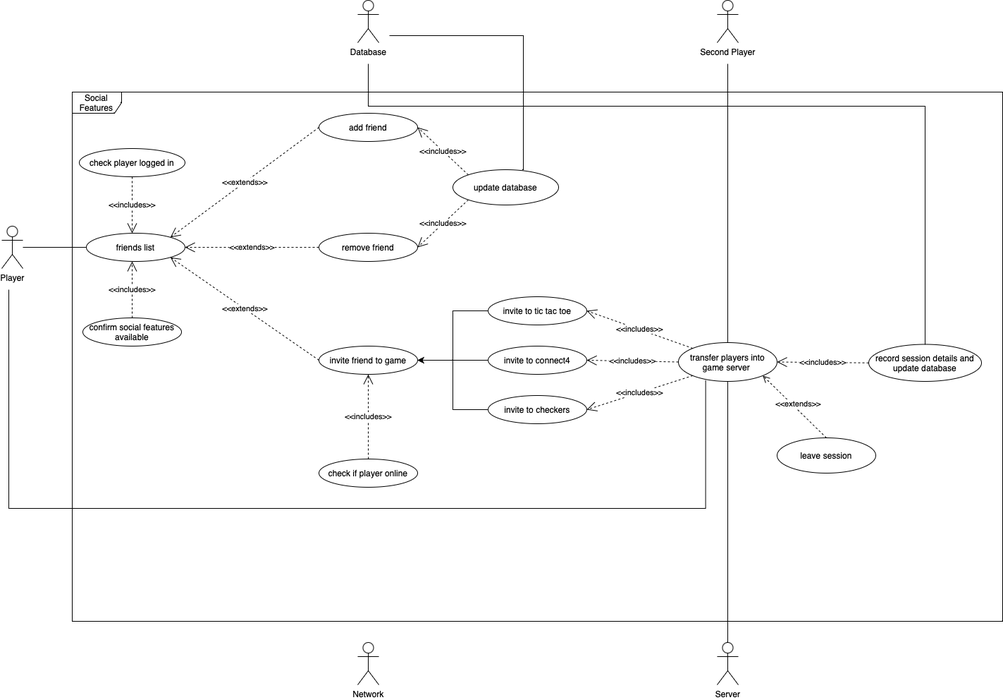
This is Integration/Social_features_use_case_diagram.drawio.png from farshadislam/Socketed-Multigame-GUI, a draw.io export, as it was before one commit. Source tidied: cells renumbered, new cells last; positions are measured from the earlier drawing's top-left corner, leaving out a move shared by most shapes.
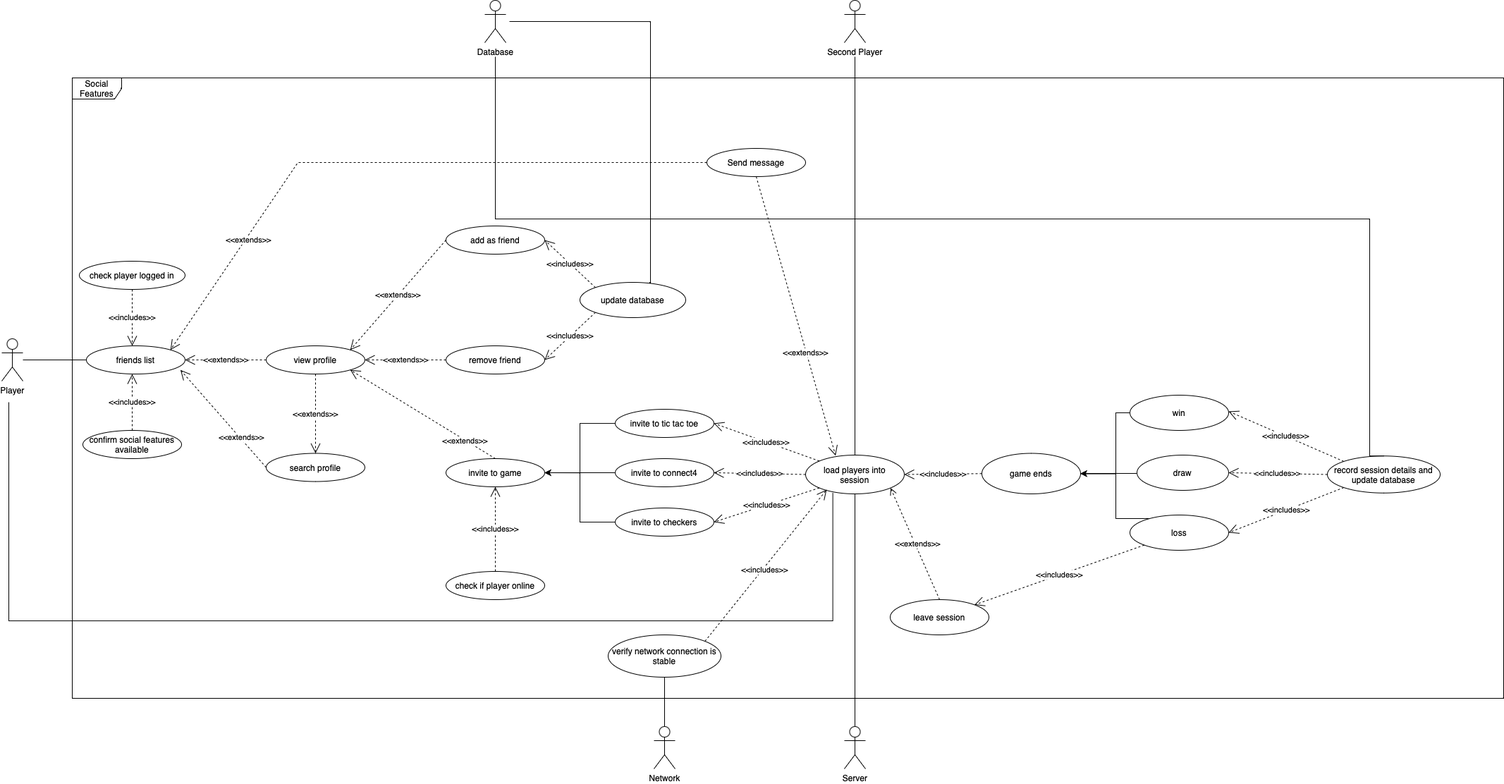
The same diagram one commit later.

Commit message:
finished diagram

What changed in the source:
```diff
@@ -3,7 +3,7 @@
     <mxCell id="0" />
     <mxCell id="1" parent="0" />
     <mxCell id="2" value="Social Features" style="shape=umlFrame;whiteSpace=wrap;html=1;width=70;height=30;" parent="1" vertex="1">
-      <mxGeometry x="100" y="220" width="1320" height="750" as="geometry" />
+      <mxGeometry x="100" y="40" width="2030" height="880" as="geometry" />
     </mxCell>
     <mxCell id="3" value="Player" style="shape=umlActor;verticalLabelPosition=bottom;verticalAlign=top;html=1;" parent="1" vertex="1">
       <mxGeometry y="410" width="30" height="60" as="geometry" />
@@ -30,66 +30,57 @@
         <mxPoint x="185" y="460" as="targetPoint" />
       </mxGeometry>
     </mxCell>
-    <mxCell id="9" value="add friend" style="ellipse;whiteSpace=wrap;html=1;" parent="1" vertex="1">
-      <mxGeometry x="450" y="250" width="140" height="40" as="geometry" />
+    <mxCell id="9" value="add as friend" style="ellipse;whiteSpace=wrap;html=1;" parent="1" vertex="1">
+      <mxGeometry x="630" y="250" width="140" height="40" as="geometry" />
     </mxCell>
     <mxCell id="10" value="friends list" style="ellipse;whiteSpace=wrap;html=1;" parent="1" vertex="1">
       <mxGeometry x="120" y="420" width="140" height="40" as="geometry" />
     </mxCell>
-    <mxCell id="11" value="invite friend to game" style="ellipse;whiteSpace=wrap;html=1;" parent="1" vertex="1">
-      <mxGeometry x="450" y="580" width="140" height="40" as="geometry" />
+    <mxCell id="11" value="invite to game" style="ellipse;whiteSpace=wrap;html=1;" parent="1" vertex="1">
+      <mxGeometry x="630" y="580" width="140" height="40" as="geometry" />
     </mxCell>
     <mxCell id="12" value="remove friend" style="ellipse;whiteSpace=wrap;html=1;" parent="1" vertex="1">
-      <mxGeometry x="450" y="420" width="140" height="40" as="geometry" />
+      <mxGeometry x="630" y="420" width="140" height="40" as="geometry" />
     </mxCell>
-    <mxCell id="13" value="&amp;lt;&amp;lt;extends&amp;gt;&amp;gt;" style="endArrow=open;endSize=12;dashed=1;html=1;rounded=0;exitX=0;exitY=0.5;exitDx=0;exitDy=0;entryX=1;entryY=1;entryDx=0;entryDy=0;" parent="1" edge="1" source="11" target="10">
-      <mxGeometry relative="1" as="geometry" />
-    </mxCell>
-    <mxCell id="14" value="&amp;lt;&amp;lt;extends&amp;gt;&amp;gt;" style="endArrow=open;endSize=12;dashed=1;html=1;rounded=0;entryX=1;entryY=0.5;entryDx=0;entryDy=0;exitX=0;exitY=0.5;exitDx=0;exitDy=0;" parent="1" edge="1" source="12" target="10">
-      <mxGeometry relative="1" as="geometry" />
-    </mxCell>
-    <mxCell id="15" value="&amp;lt;&amp;lt;extends&amp;gt;&amp;gt;" style="endArrow=open;endSize=12;dashed=1;html=1;rounded=0;entryX=1;entryY=0;entryDx=0;entryDy=0;exitX=0;exitY=0.5;exitDx=0;exitDy=0;" parent="1" edge="1" source="9" target="10">
-      <mxGeometry relative="1" as="geometry" />
-    </mxCell>
     <mxCell id="16" style="edgeStyle=orthogonalEdgeStyle;rounded=0;jettySize=auto;html=1;entryX=1;entryY=0.5;entryDx=0;entryDy=0;" parent="1" edge="1" source="17" target="11">
       <mxGeometry relative="1" as="geometry">
         <Array as="points">
-          <mxPoint x="640" y="530" />
-          <mxPoint x="640" y="600" />
+          <mxPoint x="820" y="530" />
+          <mxPoint x="820" y="600" />
         </Array>
       </mxGeometry>
     </mxCell>
     <mxCell id="17" value="invite to tic tac toe" style="ellipse;whiteSpace=wrap;html=1;" parent="1" vertex="1">
-      <mxGeometry x="690" y="510" width="140" height="40" as="geometry" />
+      <mxGeometry x="870" y="510" width="140" height="40" as="geometry" />
     </mxCell>
     <mxCell id="18" style="edgeStyle=orthogonalEdgeStyle;rounded=0;jettySize=auto;html=1;entryX=1;entryY=0.5;entryDx=0;entryDy=0;" parent="1" edge="1" source="19" target="11">
       <mxGeometry relative="1" as="geometry">
         <Array as="points">
-          <mxPoint x="640" y="670" />
-          <mxPoint x="640" y="600" />
+          <mxPoint x="820" y="670" />
+          <mxPoint x="820" y="600" />
         </Array>
       </mxGeometry>
     </mxCell>
     <mxCell id="19" value="invite to checkers" style="ellipse;whiteSpace=wrap;html=1;" parent="1" vertex="1">
-      <mxGeometry x="690" y="650" width="140" height="40" as="geometry" />
+      <mxGeometry x="870" y="650" width="140" height="40" as="geometry" />
     </mxCell>
     <mxCell id="20" style="edgeStyle=orthogonalEdgeStyle;rounded=0;jettySize=auto;html=1;" parent="1" edge="1" source="21" target="11">
       <mxGeometry relative="1" as="geometry" />
     </mxCell>
     <mxCell id="21" value="invite to connect4" style="ellipse;whiteSpace=wrap;html=1;" parent="1" vertex="1">
-      <mxGeometry x="690" y="580" width="140" height="40" as="geometry" />
+      <mxGeometry x="870" y="580" width="140" height="40" as="geometry" />
     </mxCell>
     <mxCell id="22" value="check if player online" style="ellipse;whiteSpace=wrap;html=1;" parent="1" vertex="1">
-      <mxGeometry x="450" y="740" width="140" height="40" as="geometry" />
+      <mxGeometry x="630" y="740" width="140" height="40" as="geometry" />
     </mxCell>
     <mxCell id="23" value="&amp;lt;&amp;lt;includes&amp;gt;&amp;gt;" style="endArrow=open;endSize=12;dashed=1;html=1;rounded=0;entryX=0.5;entryY=1;entryDx=0;entryDy=0;exitX=0.5;exitY=0;exitDx=0;exitDy=0;" parent="1" edge="1" source="22" target="11">
       <mxGeometry relative="1" as="geometry" />
     </mxCell>
     <mxCell id="24" value="Database" style="shape=umlActor;verticalLabelPosition=bottom;verticalAlign=top;html=1;" parent="1" vertex="1">
-      <mxGeometry x="505" y="90" width="30" height="60" as="geometry" />
+      <mxGeometry x="685" y="-70" width="30" height="60" as="geometry" />
     </mxCell>
     <mxCell id="25" value="update database" style="ellipse;whiteSpace=wrap;html=1;" parent="1" vertex="1">
-      <mxGeometry x="640" y="330" width="150" height="50" as="geometry" />
+      <mxGeometry x="820" y="330" width="150" height="50" as="geometry" />
     </mxCell>
     <mxCell id="26" value="&amp;lt;&amp;lt;includes&amp;gt;&amp;gt;" style="endArrow=open;endSize=12;dashed=1;html=1;rounded=0;entryX=1;entryY=0.5;entryDx=0;entryDy=0;exitX=0;exitY=1;exitDx=0;exitDy=0;" parent="1" edge="1" source="25" target="12">
       <mxGeometry relative="1" as="geometry" />
@@ -99,22 +90,22 @@
     </mxCell>
     <mxCell id="28" style="endArrow=none;html=1;edgeStyle=orthogonalEdgeStyle;rounded=0;" parent="1" edge="1">
       <mxGeometry relative="1" as="geometry">
-        <mxPoint x="740" y="200" as="sourcePoint" />
-        <mxPoint x="550" y="140" as="targetPoint" />
+        <mxPoint x="920" y="200" as="sourcePoint" />
+        <mxPoint x="720" y="-40" as="targetPoint" />
         <Array as="points">
-          <mxPoint x="740" y="330" />
-          <mxPoint x="740" />
+          <mxPoint x="920" y="330" />
+          <mxPoint x="920" />
         </Array>
       </mxGeometry>
     </mxCell>
     <mxCell id="29" value="Second Player" style="shape=umlActor;verticalLabelPosition=bottom;verticalAlign=top;html=1;" parent="1" vertex="1">
-      <mxGeometry x="1015" y="90" width="30" height="60" as="geometry" />
+      <mxGeometry x="1195" y="-70" width="30" height="60" as="geometry" />
     </mxCell>
-    <mxCell id="30" value="transfer players into game server&amp;nbsp;" style="ellipse;whiteSpace=wrap;html=1;" parent="1" vertex="1">
-      <mxGeometry x="960" y="575" width="140" height="55" as="geometry" />
+    <mxCell id="30" value="load players into &amp;nbsp;session&amp;nbsp;" style="ellipse;whiteSpace=wrap;html=1;" parent="1" vertex="1">
+      <mxGeometry x="1140" y="575" width="140" height="55" as="geometry" />
     </mxCell>
     <mxCell id="31" value="Server" style="shape=umlActor;verticalLabelPosition=bottom;verticalAlign=top;html=1;" parent="1" vertex="1">
-      <mxGeometry x="1015" y="1000" width="30" height="60" as="geometry" />
+      <mxGeometry x="1195" y="960" width="30" height="60" as="geometry" />
     </mxCell>
     <mxCell id="32" value="&amp;lt;&amp;lt;includes&amp;gt;&amp;gt;" style="endArrow=open;endSize=12;dashed=1;html=1;rounded=0;exitX=0;exitY=1;exitDx=0;exitDy=0;entryX=1;entryY=0.5;entryDx=0;entryDy=0;" parent="1" edge="1" source="30" target="19">
       <mxGeometry relative="1" as="geometry" />
@@ -127,7 +118,7 @@
     </mxCell>
     <mxCell id="35" style="endArrow=none;html=1;edgeStyle=orthogonalEdgeStyle;rounded=0;exitX=0.5;exitY=0;exitDx=0;exitDy=0;" parent="1" edge="1" source="30">
       <mxGeometry relative="1" as="geometry">
-        <mxPoint x="1030" y="180" as="targetPoint" />
+        <mxPoint x="1210" y="10" as="targetPoint" />
       </mxGeometry>
     </mxCell>
     <mxCell id="36" style="endArrow=none;html=1;edgeStyle=orthogonalEdgeStyle;rounded=0;entryX=0.276;entryY=0.971;entryDx=0;entryDy=0;entryPerimeter=0;" parent="1" edge="1" target="30">
@@ -135,41 +126,135 @@
         <mxPoint x="10" y="500" as="sourcePoint" />
         <Array as="points">
           <mxPoint x="10" y="810" />
-          <mxPoint x="999" y="810" />
+          <mxPoint x="1179" y="810" />
         </Array>
       </mxGeometry>
     </mxCell>
-    <mxCell id="37" style="endArrow=none;html=1;edgeStyle=orthogonalEdgeStyle;rounded=0;entryX=0.5;entryY=1;entryDx=0;entryDy=0;" parent="1" edge="1" target="30">
-      <mxGeometry relative="1" as="geometry">
-        <mxPoint x="1030" y="990" as="sourcePoint" />
-        <Array as="points">
-          <mxPoint x="1030" y="1000" />
-        </Array>
-      </mxGeometry>
+    <mxCell id="37" style="endArrow=none;html=1;edgeStyle=orthogonalEdgeStyle;rounded=0;entryX=0.5;entryY=1;entryDx=0;entryDy=0;exitX=0.5;exitY=0;exitDx=0;exitDy=0;exitPerimeter=0;" parent="1" edge="1" source="31" target="30">
+      <mxGeometry relative="1" as="geometry" />
     </mxCell>
     <mxCell id="38" value="record session details and update database" style="ellipse;whiteSpace=wrap;html=1;" parent="1" vertex="1">
-      <mxGeometry x="1230" y="577.5" width="160" height="52.5" as="geometry" />
+      <mxGeometry x="1880" y="576.2" width="160" height="52.5" as="geometry" />
     </mxCell>
-    <mxCell id="39" value="&amp;lt;&amp;lt;includes&amp;gt;&amp;gt;" style="endArrow=open;endSize=12;dashed=1;html=1;rounded=0;entryX=1;entryY=0.5;entryDx=0;entryDy=0;exitX=0;exitY=0.5;exitDx=0;exitDy=0;" parent="1" edge="1" source="38" target="30">
-      <mxGeometry relative="1" as="geometry" />
+    <mxCell id="39" value="&amp;lt;&amp;lt;includes&amp;gt;&amp;gt;" style="endArrow=open;endSize=12;dashed=1;html=1;rounded=0;exitX=0;exitY=0;exitDx=0;exitDy=0;" parent="1" edge="1" source="38">
+      <mxGeometry relative="1" as="geometry">
+        <mxPoint x="1740" y="513" as="targetPoint" />
+      </mxGeometry>
     </mxCell>
     <mxCell id="40" style="endArrow=none;html=1;edgeStyle=orthogonalEdgeStyle;rounded=0;exitX=0.5;exitY=0;exitDx=0;exitDy=0;" parent="1" edge="1" source="38">
       <mxGeometry relative="1" as="geometry">
-        <mxPoint x="520" y="180" as="targetPoint" />
+        <mxPoint x="700" y="10" as="targetPoint" />
         <Array as="points">
-          <mxPoint x="1310" y="240" />
-          <mxPoint x="520" y="240" />
+          <mxPoint x="1940" y="240" />
+          <mxPoint x="700" y="240" />
         </Array>
       </mxGeometry>
     </mxCell>
     <mxCell id="41" value="leave session" style="ellipse;whiteSpace=wrap;html=1;" parent="1" vertex="1">
-      <mxGeometry x="1100" y="710" width="140" height="50" as="geometry" />
+      <mxGeometry x="1260" y="780" width="140" height="50" as="geometry" />
     </mxCell>
     <mxCell id="42" value="&amp;lt;&amp;lt;extends&amp;gt;&amp;gt;" style="html=1;verticalAlign=bottom;endArrow=open;dashed=1;endSize=8;curved=0;rounded=0;entryX=1;entryY=1;entryDx=0;entryDy=0;exitX=0.5;exitY=0;exitDx=0;exitDy=0;" parent="1" edge="1" source="41" target="30">
       <mxGeometry x="-0.12" relative="1" as="geometry" />
     </mxCell>
     <mxCell id="43" value="Network" style="shape=umlActor;verticalLabelPosition=bottom;verticalAlign=top;html=1;" parent="1" vertex="1">
-      <mxGeometry x="505" y="1000" width="30" height="60" as="geometry" />
+      <mxGeometry x="925" y="960" width="30" height="60" as="geometry" />
     </mxCell>
+    <mxCell id="44" value="search profile" style="ellipse;whiteSpace=wrap;html=1;" parent="1" vertex="1">
+      <mxGeometry x="375" y="572.5" width="140" height="40" as="geometry" />
+    </mxCell>
+    <mxCell id="45" value="view profile" style="ellipse;whiteSpace=wrap;html=1;" parent="1" vertex="1">
+      <mxGeometry x="375" y="420" width="140" height="40" as="geometry" />
+    </mxCell>
+    <mxCell id="46" value="&amp;lt;&amp;lt;extends&amp;gt;&amp;gt;" style="endArrow=open;endSize=12;dashed=1;html=1;rounded=0;exitX=0;exitY=0.5;exitDx=0;exitDy=0;entryX=1;entryY=0;entryDx=0;entryDy=0;" parent="1" edge="1" source="9" target="45">
+      <mxGeometry relative="1" as="geometry" />
+    </mxCell>
+    <mxCell id="14" value="&amp;lt;&amp;lt;extends&amp;gt;&amp;gt;" style="endArrow=open;endSize=12;dashed=1;html=1;rounded=0;entryX=1;entryY=0.5;entryDx=0;entryDy=0;exitX=0;exitY=0.5;exitDx=0;exitDy=0;" parent="1" edge="1" source="45" target="10">
+      <mxGeometry relative="1" as="geometry" />
+    </mxCell>
+    <mxCell id="47" value="&amp;lt;&amp;lt;extends&amp;gt;&amp;gt;" style="endArrow=open;endSize=12;dashed=1;html=1;rounded=0;exitX=0.5;exitY=0;exitDx=0;exitDy=0;entryX=1;entryY=1;entryDx=0;entryDy=0;" parent="1" edge="1" source="11" target="45">
+      <mxGeometry x="-0.59" y="1" relative="1" as="geometry" />
+    </mxCell>
+    <mxCell id="48" value="&amp;lt;&amp;lt;extends&amp;gt;&amp;gt;" style="endArrow=open;endSize=12;dashed=1;html=1;rounded=0;exitX=0;exitY=0.5;exitDx=0;exitDy=0;entryX=1;entryY=0.5;entryDx=0;entryDy=0;" parent="1" edge="1" source="12" target="45">
+      <mxGeometry relative="1" as="geometry" />
+    </mxCell>
+    <mxCell id="49" value="&amp;lt;&amp;lt;extends&amp;gt;&amp;gt;" style="endArrow=open;endSize=12;dashed=1;html=1;rounded=0;entryX=0.953;entryY=0.856;entryDx=0;entryDy=0;entryPerimeter=0;exitX=0;exitY=0.5;exitDx=0;exitDy=0;" parent="1" edge="1" source="44" target="10">
+      <mxGeometry x="-0.4" y="-2" relative="1" as="geometry" />
+    </mxCell>
+    <mxCell id="50" style="edgeStyle=orthogonalEdgeStyle;rounded=0;jettySize=auto;html=1;entryX=1;entryY=0.5;entryDx=0;entryDy=0;" parent="1" edge="1" source="51" target="56">
+      <mxGeometry relative="1" as="geometry">
+        <Array as="points">
+          <mxPoint x="1580" y="515" />
+          <mxPoint x="1580" y="601" />
+        </Array>
+      </mxGeometry>
+    </mxCell>
+    <mxCell id="51" value="win" style="ellipse;whiteSpace=wrap;html=1;" parent="1" vertex="1">
+      <mxGeometry x="1600" y="490" width="140" height="50" as="geometry" />
+    </mxCell>
+    <mxCell id="52" style="edgeStyle=orthogonalEdgeStyle;rounded=0;jettySize=auto;html=1;entryX=1;entryY=0.5;entryDx=0;entryDy=0;" parent="1" edge="1" source="53" target="56">
+      <mxGeometry relative="1" as="geometry">
+        <Array as="points">
+          <mxPoint x="1580" y="665" />
+          <mxPoint x="1580" y="601" />
+        </Array>
+      </mxGeometry>
+    </mxCell>
+    <mxCell id="53" value="loss" style="ellipse;whiteSpace=wrap;html=1;" parent="1" vertex="1">
+      <mxGeometry x="1600" y="660" width="140" height="50" as="geometry" />
+    </mxCell>
+    <mxCell id="54" value="&amp;lt;&amp;lt;includes&amp;gt;&amp;gt;" style="endArrow=open;endSize=12;dashed=1;html=1;rounded=0;entryX=1;entryY=0;entryDx=0;entryDy=0;exitX=0;exitY=1;exitDx=0;exitDy=0;" parent="1" edge="1" source="53" target="41">
+      <mxGeometry relative="1" as="geometry" />
+    </mxCell>
+    <mxCell id="55" value="&amp;lt;&amp;lt;includes&amp;gt;&amp;gt;" style="endArrow=open;endSize=12;dashed=1;html=1;rounded=0;entryX=1;entryY=0.5;entryDx=0;entryDy=0;exitX=0;exitY=1;exitDx=0;exitDy=0;" parent="1" edge="1" source="38" target="53">
+      <mxGeometry relative="1" as="geometry" />
+    </mxCell>
+    <mxCell id="56" value="game ends" style="ellipse;whiteSpace=wrap;html=1;" parent="1" vertex="1">
+      <mxGeometry x="1390" y="572.5" width="140" height="57.5" as="geometry" />
+    </mxCell>
+    <mxCell id="57" value="&amp;lt;&amp;lt;includes&amp;gt;&amp;gt;" style="endArrow=open;endSize=12;dashed=1;html=1;rounded=0;entryX=1;entryY=0.5;entryDx=0;entryDy=0;exitX=0;exitY=0.5;exitDx=0;exitDy=0;" parent="1" edge="1" source="56" target="30">
+      <mxGeometry relative="1" as="geometry" />
+    </mxCell>
+    <mxCell id="58" value="&amp;lt;&amp;lt;extends&amp;gt;&amp;gt;" style="endArrow=open;endSize=12;dashed=1;html=1;rounded=0;entryX=0.5;entryY=0;entryDx=0;entryDy=0;exitX=0.5;exitY=1;exitDx=0;exitDy=0;" parent="1" edge="1" source="45" target="44">
+      <mxGeometry relative="1" as="geometry" />
+    </mxCell>
+    <mxCell id="59" style="edgeStyle=orthogonalEdgeStyle;rounded=0;jettySize=auto;html=1;entryX=1;entryY=0.5;entryDx=0;entryDy=0;" parent="1" edge="1" source="60" target="56">
+      <mxGeometry relative="1" as="geometry">
+        <Array as="points">
+          <mxPoint x="1590" y="601" />
+          <mxPoint x="1590" y="601" />
+        </Array>
+      </mxGeometry>
+    </mxCell>
+    <mxCell id="60" value="draw" style="ellipse;whiteSpace=wrap;html=1;" parent="1" vertex="1">
+      <mxGeometry x="1610" y="575" width="130" height="50" as="geometry" />
+    </mxCell>
+    <mxCell id="61" value="&amp;lt;&amp;lt;includes&amp;gt;&amp;gt;" style="endArrow=open;endSize=12;dashed=1;html=1;rounded=0;entryX=1;entryY=0.5;entryDx=0;entryDy=0;exitX=0;exitY=0.5;exitDx=0;exitDy=0;" parent="1" edge="1" source="38" target="60">
+      <mxGeometry relative="1" as="geometry" />
+    </mxCell>
+    <mxCell id="62" value="verify network connection is stable" style="ellipse;whiteSpace=wrap;html=1;" parent="1" vertex="1">
+      <mxGeometry x="860" y="830" width="160" height="60" as="geometry" />
+    </mxCell>
+    <mxCell id="63" style="endArrow=open;endSize=12;dashed=1;html=1;rounded=0;exitX=1;exitY=0;exitDx=0;exitDy=0;entryX=0.214;entryY=0.891;entryDx=0;entryDy=0;entryPerimeter=0;" parent="1" edge="1" source="62" target="30">
+      <mxGeometry relative="1" as="geometry" />
+    </mxCell>
+    <mxCell id="64" value="&amp;lt;&amp;lt;includes&amp;gt;&amp;gt;" style="edgeLabel;html=1;align=center;verticalAlign=middle;" parent="63" vertex="1">
+      <mxGeometry x="-0.04" y="-2" relative="1" as="geometry" />
+    </mxCell>
+    <mxCell id="65" style="endArrow=none;html=1;edgeStyle=orthogonalEdgeStyle;rounded=0;exitX=0.5;exitY=1;exitDx=0;exitDy=0;entryX=0.5;entryY=0;entryDx=0;entryDy=0;entryPerimeter=0;" parent="1" edge="1" source="62" target="43">
+      <mxGeometry relative="1" as="geometry" />
+    </mxCell>
+    <mxCell id="66" value="Send message" style="ellipse;whiteSpace=wrap;html=1;" parent="1" vertex="1">
+      <mxGeometry x="1000" y="140" width="140" height="40" as="geometry" />
+    </mxCell>
+    <mxCell id="15" value="&amp;lt;&amp;lt;extends&amp;gt;&amp;gt;" style="endArrow=open;endSize=12;dashed=1;html=1;rounded=0;entryX=1;entryY=0;entryDx=0;entryDy=0;exitX=0;exitY=0.5;exitDx=0;exitDy=0;" parent="1" edge="1" source="66" target="10">
+      <mxGeometry x="0.58" y="4" relative="1" as="geometry">
+        <Array as="points">
+          <mxPoint x="420" y="160" />
+        </Array>
+      </mxGeometry>
+    </mxCell>
+    <mxCell id="67" value="&amp;lt;&amp;lt;extends&amp;gt;&amp;gt;" style="endArrow=open;endSize=12;dashed=1;html=1;rounded=0;entryX=0.304;entryY=0.014;entryDx=0;entryDy=0;entryPerimeter=0;exitX=0.5;exitY=1;exitDx=0;exitDy=0;" parent="1" edge="1" source="66" target="30">
+      <mxGeometry x="0.26" y="-1" relative="1" as="geometry" />
+    </mxCell>
   </root>
 </mxGraphModel>
```
